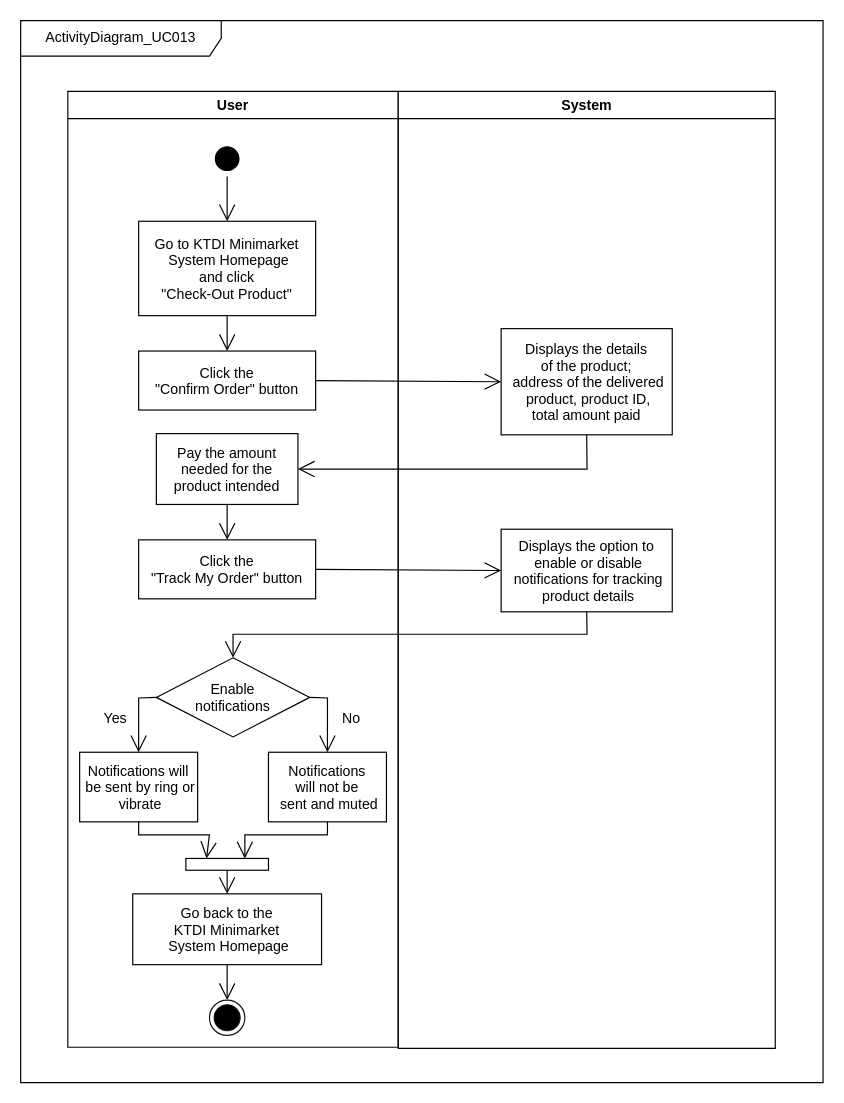
drshahizan/software-engineering keeps this draw.io diagram as proposal/submission/sec02/Allen/UC013/UC013_ActivityDiagram.drawio. Above is the earlier version. Source tidied: cells renumbered, new cells numbered last; positions are measured from the earlier drawing's top-left corner, leaving out a move shared by most shapes. Both pictures are drawn from the tidied source at 118%, with x=0, y=0 at pixel (20, 20).
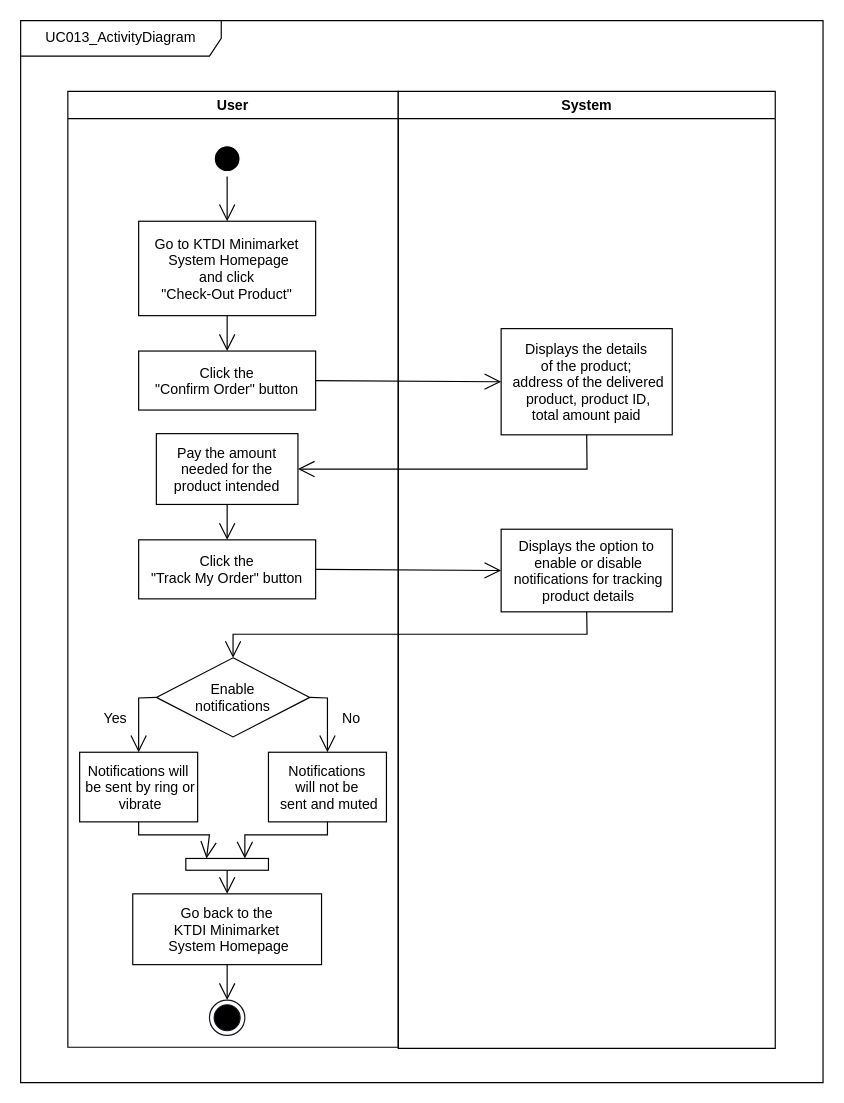
Above is the later version.

Commit message (it also covers changes not shown here):
Update Activity Diagram

Diff of the diagram source:
```diff
@@
-    <mxCell id="2" value="ActivityDiagram_UC013" style="shape=umlFrame;whiteSpace=wrap;html=1;width=170;height=30;" parent="1" vertex="1">
+    <mxCell id="2" value="UC013_ActivityDiagram" style="shape=umlFrame;whiteSpace=wrap;html=1;width=170;height=30;" parent="1" vertex="1">
       <mxGeometry width="680" height="900" as="geometry" />
     </mxCell>
```
